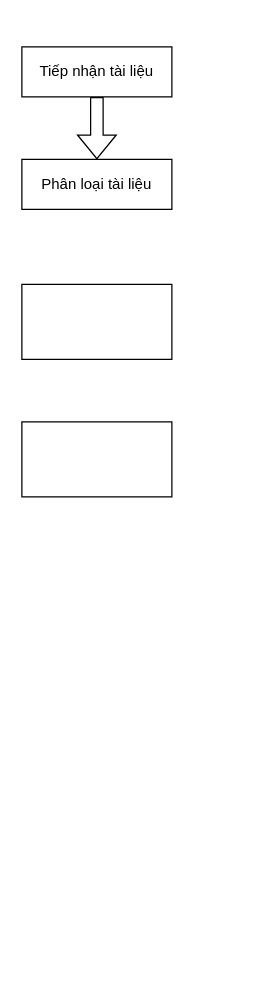
Above: SODONGHIEPVU.drawio in LeeTaDa/LeTatDat (draw.io), before the change. Source tidied: cells renumbered, new cells numbered last; positions are measured from the earlier drawing's top-left corner, leaving out a move shared by most shapes. Both pictures are drawn from the tidied source at 125%, with x=0, y=0 at pixel (21, 46).
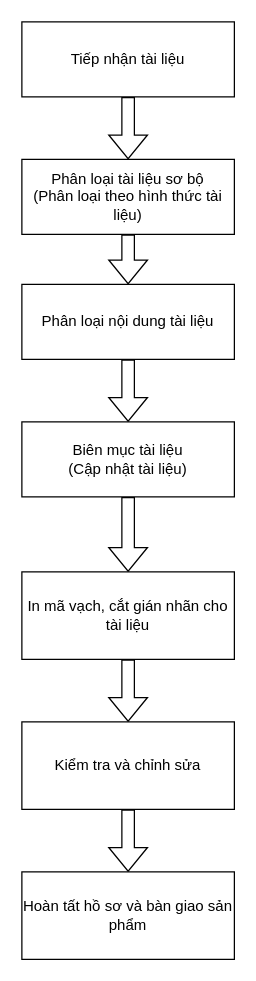
The same diagram, later.

The edit, as a diff of the source:
```diff
@@
 <mxGraphModel>
   <root>
     <mxCell id="0" />
     <mxCell id="1" parent="0" />
     <mxCell id="2" style="rounded=0;html=1;jettySize=auto;fontSize=11;endArrow=block;endFill=0;strokeWidth=1;shadow=0;labelBackgroundColor=none;edgeStyle=orthogonalEdgeStyle;shape=flexArrow;entryX=0.5;entryY=0;entryDx=0;entryDy=0;" parent="1" edge="1" source="3" target="4">
       <mxGeometry relative="1" as="geometry" />
     </mxCell>
     <mxCell id="3" value="Tiếp nhận tài liệu" style="rounded=0;whiteSpace=wrap;html=1;fontSize=12;glass=0;strokeWidth=1;shadow=0;gradientColor=none;" parent="1" vertex="1">
-      <mxGeometry width="120" height="40" as="geometry" />
+      <mxGeometry y="-20" width="170" height="60" as="geometry" />
     </mxCell>
+    <mxCell id="7" style="edgeStyle=orthogonalEdgeStyle;rounded=0;jettySize=auto;html=1;entryX=0.5;entryY=0;entryDx=0;entryDy=0;shape=flexArrow;" parent="1" edge="1" source="4" target="5">
+      <mxGeometry relative="1" as="geometry" />
+    </mxCell>
-    <mxCell id="4" value="Phân loại tài liệu" style="rounded=0;whiteSpace=wrap;html=1;fontSize=12;glass=0;strokeWidth=1;shadow=0;" parent="1" vertex="1">
-      <mxGeometry y="90" width="120" height="40" as="geometry" />
+    <mxCell id="4" value="Phân loại tài liệu sơ bộ&lt;div&gt;(Phân loại theo hình thức tài liệu)&lt;/div&gt;" style="rounded=0;whiteSpace=wrap;html=1;fontSize=12;glass=0;strokeWidth=1;shadow=0;" parent="1" vertex="1">
+      <mxGeometry y="90" width="170" height="60" as="geometry" />
     </mxCell>
+    <mxCell id="8" style="edgeStyle=orthogonalEdgeStyle;rounded=0;jettySize=auto;html=1;entryX=0.5;entryY=0;entryDx=0;entryDy=0;shape=flexArrow;" parent="1" edge="1" source="5" target="6">
+      <mxGeometry relative="1" as="geometry" />
+    </mxCell>
-    <mxCell id="5" style="rounded=0;whiteSpace=wrap;html=1;" parent="1" vertex="1">
-      <mxGeometry y="190" width="120" height="60" as="geometry" />
+    <mxCell id="5" value="Phân loại nội dung tài liệu" style="rounded=0;whiteSpace=wrap;html=1;" parent="1" vertex="1">
+      <mxGeometry y="190" width="170" height="60" as="geometry" />
     </mxCell>
+    <mxCell id="9" style="edgeStyle=orthogonalEdgeStyle;rounded=0;jettySize=auto;html=1;entryX=0.5;entryY=0;entryDx=0;entryDy=0;shape=flexArrow;" parent="1" edge="1" source="6" target="11">
+      <mxGeometry relative="1" as="geometry" />
+    </mxCell>
-    <mxCell id="6" style="rounded=0;whiteSpace=wrap;html=1;" parent="1" vertex="1">
-      <mxGeometry y="300" width="120" height="60" as="geometry" />
+    <mxCell id="6" value="Biên mục tài liệu&lt;div&gt;(Cập nhật tài liệu)&lt;/div&gt;" style="rounded=0;whiteSpace=wrap;html=1;" parent="1" vertex="1">
+      <mxGeometry y="300" width="170" height="60" as="geometry" />
     </mxCell>
+    <mxCell id="10" style="edgeStyle=orthogonalEdgeStyle;rounded=0;jettySize=auto;html=1;entryX=0.5;entryY=0;entryDx=0;entryDy=0;shape=flexArrow;" parent="1" edge="1" source="11" target="13">
+      <mxGeometry relative="1" as="geometry" />
+    </mxCell>
+    <mxCell id="11" value="In mã vạch, cắt gián nhãn cho tài liệu" style="rounded=0;whiteSpace=wrap;html=1;" parent="1" vertex="1">
+      <mxGeometry y="420" width="170" height="70" as="geometry" />
+    </mxCell>
+    <mxCell id="12" style="edgeStyle=orthogonalEdgeStyle;rounded=0;jettySize=auto;html=1;entryX=0.5;entryY=0;entryDx=0;entryDy=0;shape=flexArrow;" parent="1" edge="1" source="13" target="14">
+      <mxGeometry relative="1" as="geometry" />
+    </mxCell>
+    <mxCell id="13" value="Kiểm tra và chỉnh sửa" style="rounded=0;whiteSpace=wrap;html=1;" parent="1" vertex="1">
+      <mxGeometry y="540" width="170" height="70" as="geometry" />
+    </mxCell>
+    <mxCell id="14" value="Hoàn tất hồ sơ và bàn giao sản phẩm" style="rounded=0;whiteSpace=wrap;html=1;" parent="1" vertex="1">
+      <mxGeometry y="660" width="170" height="70" as="geometry" />
+    </mxCell>
   </root>
 </mxGraphModel>
```
